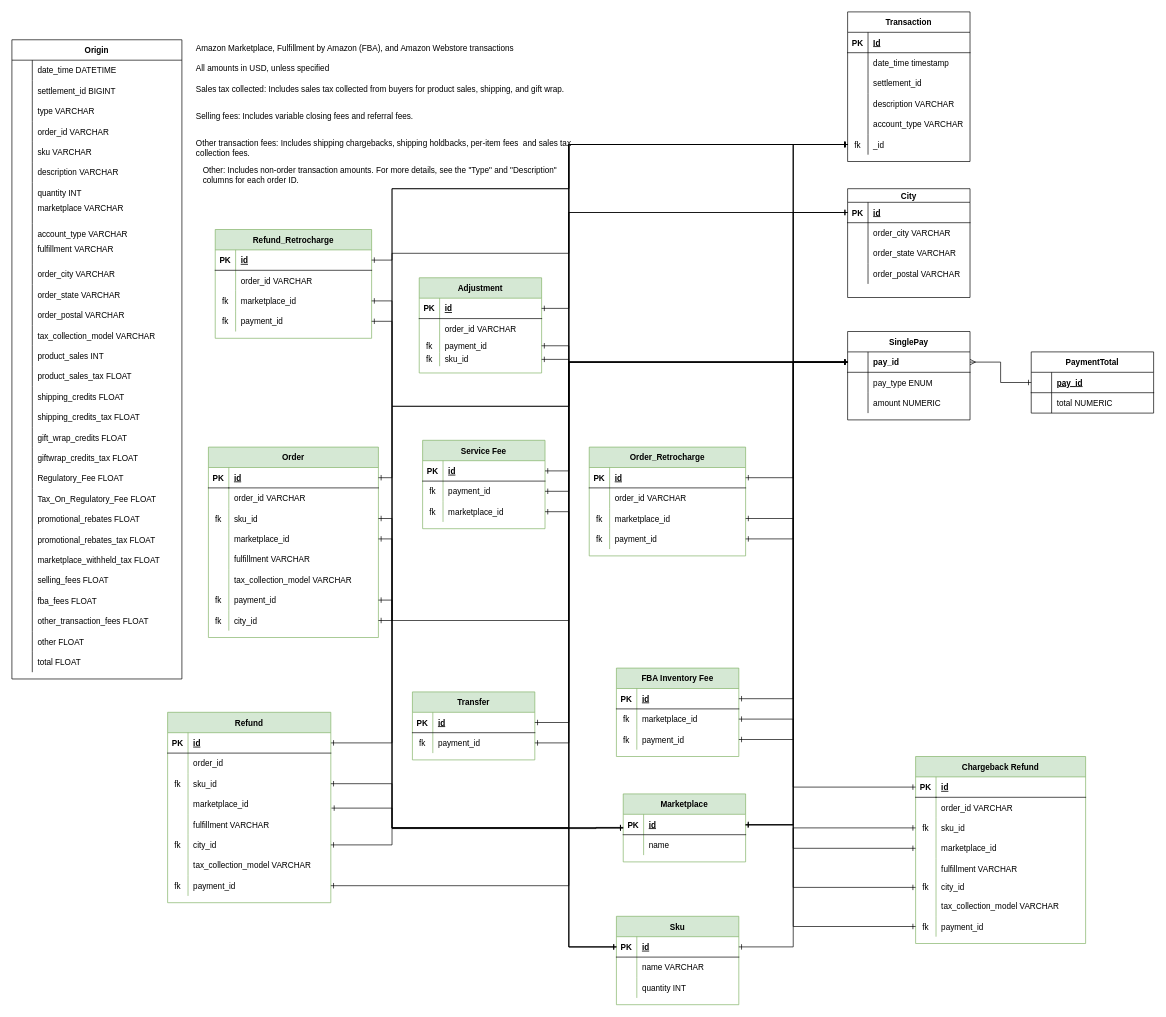
This is norm_maelys.drawio.xml from Urzhumtsev1/maelys, a draw.io file, before an edit. Source tidied: cells renumbered, new cells numbered last; positions are measured from the earlier drawing's top-left corner, leaving out a move shared by most shapes. Both pictures are drawn from the tidied source at 68%, with x=0, y=0 at pixel (12, 12).
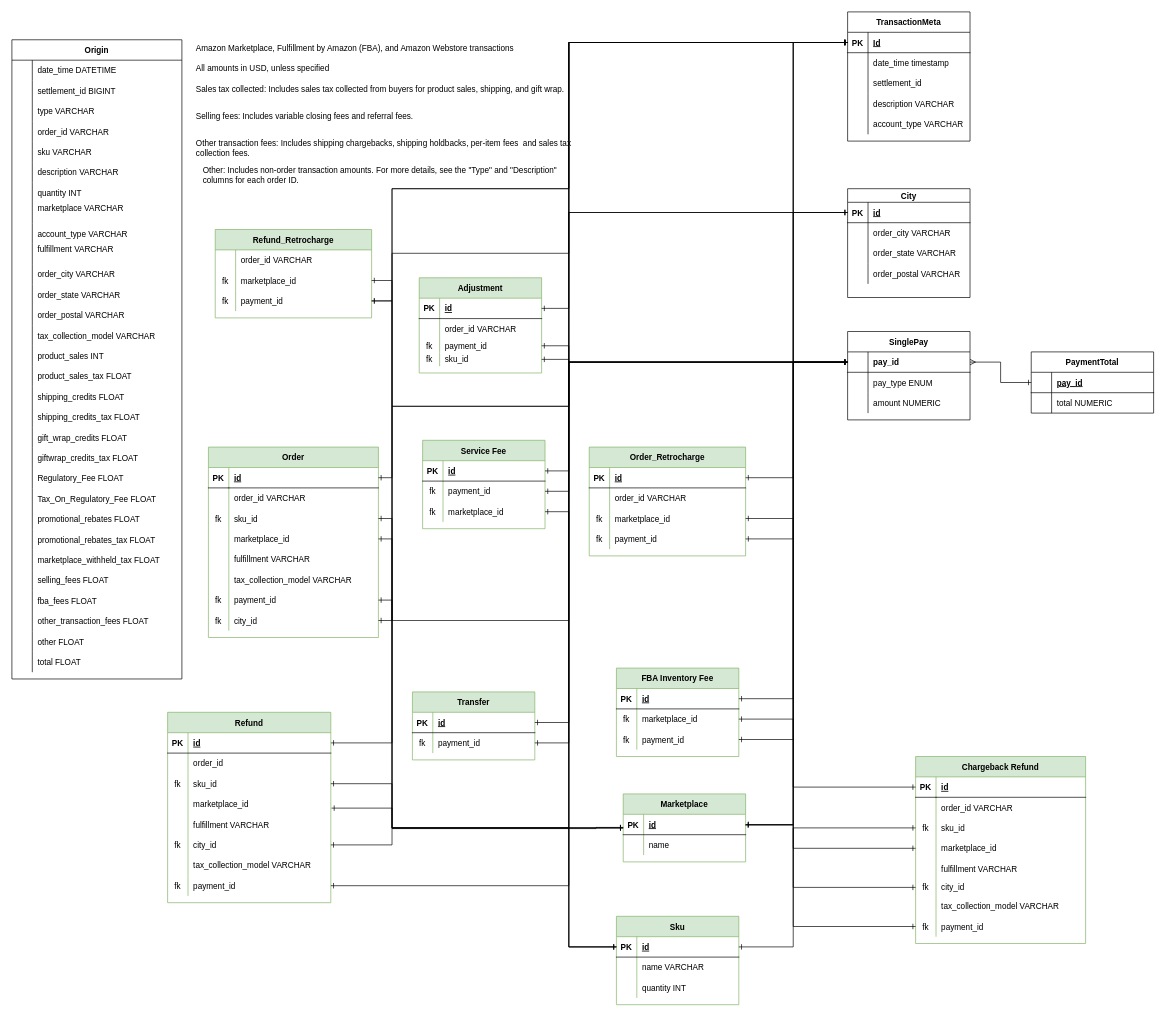
Above is the later version.

Commit message (it also covers changes not shown here):
transaction meta

The change refers to these unchanged cells:
```xml
<mxCell id="126" style="shape=tableRow;horizontal=0;startSize=0;swimlaneHead=0;swimlaneBody=0;fillColor=none;points=[[0,0.5],[1,0.5]];portConstraint=eastwest;top=0;left=0;right=0;bottom=1;" parent="125" vertex="1">
  <mxGeometry y="30" width="180" height="30" as="geometry" />
</mxCell>
<mxCell id="139" style="shape=tableRow;horizontal=0;startSize=0;swimlaneHead=0;swimlaneBody=0;fillColor=none;points=[[0,0.5],[1,0.5]];portConstraint=eastwest;top=0;left=0;right=0;bottom=1;" parent="138" vertex="1">
  <mxGeometry y="30" width="180" height="30" as="geometry" />
</mxCell>
<mxCell id="146" style="shape=tableRow;horizontal=0;startSize=0;swimlaneHead=0;swimlaneBody=0;fillColor=none;points=[[0,0.5],[1,0.5]];portConstraint=eastwest;top=0;left=0;right=0;bottom=1;" parent="145" vertex="1">
  <mxGeometry y="30" width="230" height="30" as="geometry" />
</mxCell>
<mxCell id="159" style="shape=tableRow;horizontal=0;startSize=0;swimlaneHead=0;swimlaneBody=0;fillColor=none;points=[[0,0.5],[1,0.5]];portConstraint=eastwest;top=0;left=0;right=0;bottom=1;" parent="158" vertex="1">
  <mxGeometry y="30" width="180" height="30" as="geometry" />
</mxCell>
<mxCell id="169" style="shape=tableRow;horizontal=0;startSize=0;swimlaneHead=0;swimlaneBody=0;fillColor=none;points=[[0,0.5],[1,0.5]];portConstraint=eastwest;top=0;left=0;right=0;bottom=1;" parent="168" vertex="1">
  <mxGeometry y="30" width="180" height="30" as="geometry" />
</mxCell>
<mxCell id="179" style="shape=partialRectangle;fillColor=none;points=[[0,0.5],[1,0.5]];portConstraint=eastwest;top=0;left=0;right=0;bottom=0;" parent="178" vertex="1">
  <mxGeometry y="30" width="250" height="30" as="geometry" />
</mxCell>
<mxCell id="204" style="shape=partialRectangle;fillColor=none;points=[[0,0.5],[1,0.5]];portConstraint=eastwest;top=0;left=0;right=0;bottom=0;" parent="203" vertex="1">
  <mxGeometry y="30" width="250" height="30" as="geometry" />
</mxCell>
<mxCell id="229" style="shape=tableRow;horizontal=0;startSize=0;swimlaneHead=0;swimlaneBody=0;fillColor=none;points=[[0,0.5],[1,0.5]];portConstraint=eastwest;top=0;left=0;right=0;bottom=1;strokeColor=default;" parent="228" vertex="1">
  <mxGeometry y="30" width="180" height="30" as="geometry" />
</mxCell>
<mxCell id="248" style="shape=tableRow;horizontal=0;startSize=0;swimlaneHead=0;swimlaneBody=0;fillColor=none;points=[[0,0.5],[1,0.5]];portConstraint=eastwest;top=0;left=0;right=0;bottom=1;strokeColor=default;" parent="247" vertex="1">
  <mxGeometry y="30" width="180" height="30" as="geometry" />
</mxCell>
<mxCell id="277" style="shape=tableRow;horizontal=0;startSize=0;swimlaneHead=0;swimlaneBody=0;fillColor=none;points=[[0,0.5],[1,0.5]];portConstraint=eastwest;top=0;left=0;right=0;bottom=1;strokeColor=default;" parent="276" vertex="1">
  <mxGeometry y="30" width="240" height="30" as="geometry" />
</mxCell>
```

What changed in the source:
```diff
@@
     <mxCell id="112" value="Refund_Retrocharge" style="shape=table;startSize=30;childLayout=tableLayout;rowLines=0;fontStyle=1;align=center;fillColor=#d5e8d4;strokeColor=#82b366;" parent="1" vertex="1">
-      <mxGeometry x="299" y="320" width="230" height="160" as="geometry" />
+      <mxGeometry x="299" y="320" width="230" height="130" as="geometry" />
     </mxCell>
-    <mxCell id="113" style="shape=tableRow;horizontal=0;startSize=0;swimlaneHead=0;swimlaneBody=0;fillColor=none;points=[[0,0.5],[1,0.5]];portConstraint=eastwest;top=0;left=0;right=0;bottom=1;" parent="112" vertex="1">
-      <mxGeometry y="30" width="230" height="30" as="geometry" />
-    </mxCell>
-    <mxCell id="114" value="PK" style="shape=partialRectangle;fillColor=none;top=0;left=0;bottom=0;right=0;fontStyle=1;overflow=hidden;" parent="113" vertex="1">
-      <mxGeometry width="30" height="30" as="geometry" />
-    </mxCell>
-    <mxCell id="115" value="id" style="shape=partialRectangle;fillColor=none;top=0;left=0;bottom=0;right=0;align=left;spacingLeft=6;fontStyle=5;overflow=hidden;" parent="113" vertex="1">
-      <mxGeometry x="30" width="200" height="30" as="geometry" />
-    </mxCell>
     <mxCell id="116" style="shape=tableRow;horizontal=0;startSize=0;swimlaneHead=0;swimlaneBody=0;fillColor=none;top=0;left=0;right=0;bottom=0;" parent="112" vertex="1">
-      <mxGeometry y="60" width="230" height="30" as="geometry" />
+      <mxGeometry y="30" width="230" height="30" as="geometry" />
     </mxCell>
@@
     <mxCell id="119" style="shape=tableRow;horizontal=0;startSize=0;swimlaneHead=0;swimlaneBody=0;fillColor=none;points=[[0,0.5],[1,0.5]];portConstraint=eastwest;top=0;left=0;right=0;bottom=0;" parent="112" vertex="1">
-      <mxGeometry y="90" width="230" height="30" as="geometry" />
+      <mxGeometry y="60" width="230" height="30" as="geometry" />
     </mxCell>
@@
     <mxCell id="122" style="shape=tableRow;horizontal=0;startSize=0;swimlaneHead=0;swimlaneBody=0;fillColor=none;points=[[0,0.5],[1,0.5]];portConstraint=eastwest;top=0;left=0;right=0;bottom=0;" parent="112" vertex="1">
-      <mxGeometry y="120" width="230" height="30" as="geometry" />
+      <mxGeometry y="90" width="230" height="30" as="geometry" />
     </mxCell>
@@
-    <mxCell id="247" value="Transaction" style="shape=table;startSize=30;childLayout=tableLayout;rowLines=0;fontStyle=1;align=center;strokeColor=default;" parent="1" vertex="1">
-      <mxGeometry x="1229" width="180" height="220" as="geometry" />
+    <mxCell id="247" value="TransactionMeta" style="shape=table;startSize=30;childLayout=tableLayout;rowLines=0;fontStyle=1;align=center;strokeColor=default;" parent="1" vertex="1">
+      <mxGeometry x="1229" width="180" height="190" as="geometry" />
     </mxCell>
@@
-    <mxCell id="263" style="shape=tableRow;horizontal=0;startSize=0;swimlaneHead=0;swimlaneBody=0;fillColor=none;points=[[0,0.5],[1,0.5]];portConstraint=eastwest;top=0;left=0;right=0;bottom=0;strokeColor=default;" parent="247" vertex="1">
-      <mxGeometry y="180" width="180" height="30" as="geometry" />
-    </mxCell>
-    <mxCell id="264" value="fk" style="shape=partialRectangle;fillColor=none;top=0;left=0;bottom=0;right=0;overflow=hidden;strokeColor=default;" parent="263" vertex="1">
-      <mxGeometry width="30" height="30" as="geometry" />
-    </mxCell>
-    <mxCell id="265" value="_id" style="shape=partialRectangle;fillColor=none;top=0;left=0;bottom=0;right=0;align=left;spacingLeft=6;overflow=hidden;strokeColor=default;" parent="263" vertex="1">
-      <mxGeometry x="30" width="150" height="30" as="geometry" />
-    </mxCell>
-    <mxCell id="266" style="edgeStyle=orthogonalEdgeStyle;rounded=0;jettySize=auto;html=1;strokeWidth=1;startArrow=ERone;startFill=0;endArrow=ERone;endFill=0;exitX=0;exitY=0.5;exitDx=0;exitDy=0;entryX=1;entryY=0.5;entryDx=0;entryDy=0;" parent="1" edge="1" source="263" target="277">
+    <mxCell id="266" style="edgeStyle=orthogonalEdgeStyle;rounded=0;jettySize=auto;html=1;strokeWidth=1;startArrow=ERone;startFill=0;endArrow=ERone;endFill=0;exitX=0;exitY=0.5;exitDx=0;exitDy=0;entryX=1;entryY=0.5;entryDx=0;entryDy=0;" parent="1" edge="1" source="248" target="277">
       <mxGeometry relative="1" as="geometry">
         <Array as="points">
-          <mxPoint x="819" y="195" />
+          <mxPoint x="819" y="45" />
           <mxPoint x="819" y="260" />
           <mxPoint x="559" y="260" />
           <mxPoint x="559" y="1075" />
         </Array>
       </mxGeometry>
     </mxCell>
-    <mxCell id="267" style="edgeStyle=orthogonalEdgeStyle;rounded=0;jettySize=auto;html=1;strokeWidth=1;startArrow=ERone;startFill=0;endArrow=ERone;endFill=0;entryX=1;entryY=0.5;entryDx=0;entryDy=0;exitX=0;exitY=0.5;exitDx=0;exitDy=0;" parent="1" edge="1" source="263" target="113">
+    <mxCell id="267" style="edgeStyle=orthogonalEdgeStyle;rounded=0;jettySize=auto;html=1;strokeWidth=1;startArrow=ERone;startFill=0;endArrow=ERone;endFill=0;entryX=1;entryY=0.5;entryDx=0;entryDy=0;exitX=0;exitY=0.5;exitDx=0;exitDy=0;" parent="1" edge="1" source="248" target="122">
       <mxGeometry relative="1" as="geometry">
         <Array as="points">
-          <mxPoint x="819" y="195" />
+          <mxPoint x="819" y="45" />
           <mxPoint x="819" y="260" />
           <mxPoint x="559" y="260" />
-          <mxPoint x="559" y="365" />
+          <mxPoint x="559" y="425" />
         </Array>
       </mxGeometry>
     </mxCell>
-    <mxCell id="268" style="edgeStyle=orthogonalEdgeStyle;rounded=0;jettySize=auto;html=1;exitX=1;exitY=0.5;exitDx=0;exitDy=0;entryX=0;entryY=0.5;entryDx=0;entryDy=0;strokeWidth=1;startArrow=ERone;startFill=0;endArrow=ERone;endFill=0;" parent="1" edge="1" source="126" target="263">
+    <mxCell id="268" style="edgeStyle=orthogonalEdgeStyle;rounded=0;jettySize=auto;html=1;exitX=1;exitY=0.5;exitDx=0;exitDy=0;entryX=0;entryY=0.5;entryDx=0;entryDy=0;strokeWidth=1;startArrow=ERone;startFill=0;endArrow=ERone;endFill=0;" parent="1" edge="1" source="126" target="248">
       <mxGeometry relative="1" as="geometry">
         <Array as="points">
           <mxPoint x="819" y="436" />
-          <mxPoint x="819" y="195" />
+          <mxPoint x="819" y="45" />
         </Array>
       </mxGeometry>
     </mxCell>
     <mxCell id="269" style="edgeStyle=orthogonalEdgeStyle;rounded=0;jettySize=auto;html=1;exitX=1;exitY=0.5;exitDx=0;exitDy=0;strokeWidth=1;startArrow=ERone;startFill=0;endArrow=ERone;endFill=0;entryX=0;entryY=0.5;entryDx=0;entryDy=0;" parent="1" edge="1" source="122" target="229">
       <mxGeometry relative="1" as="geometry">
         <Array as="points">
-          <mxPoint x="559" y="455" />
+          <mxPoint x="559" y="425" />
           <mxPoint x="559" y="580" />
           <mxPoint x="819" y="580" />
           <mxPoint x="819" y="515" />
         </Array>
       </mxGeometry>
     </mxCell>
@@
-    <mxCell id="274" style="edgeStyle=orthogonalEdgeStyle;rounded=0;jettySize=auto;html=1;exitX=1;exitY=0.5;exitDx=0;exitDy=0;entryX=0;entryY=0.5;entryDx=0;entryDy=0;strokeWidth=1;startArrow=ERone;startFill=0;endArrow=ERone;endFill=0;" parent="1" edge="1" source="159" target="263">
+    <mxCell id="274" style="edgeStyle=orthogonalEdgeStyle;rounded=0;jettySize=auto;html=1;exitX=1;exitY=0.5;exitDx=0;exitDy=0;entryX=0;entryY=0.5;entryDx=0;entryDy=0;strokeWidth=1;startArrow=ERone;startFill=0;endArrow=ERone;endFill=0;" parent="1" edge="1" source="159" target="248">
       <mxGeometry relative="1" as="geometry">
         <Array as="points">
           <mxPoint x="819" y="675" />
-          <mxPoint x="819" y="195" />
+          <mxPoint x="819" y="45" />
         </Array>
       </mxGeometry>
     </mxCell>
-    <mxCell id="275" style="edgeStyle=orthogonalEdgeStyle;rounded=0;jettySize=auto;html=1;strokeWidth=1;startArrow=ERone;startFill=0;endArrow=ERone;endFill=0;exitX=1;exitY=0.5;exitDx=0;exitDy=0;" parent="1" edge="1" source="179" target="263">
+    <mxCell id="275" style="edgeStyle=orthogonalEdgeStyle;rounded=0;jettySize=auto;html=1;strokeWidth=1;startArrow=ERone;startFill=0;endArrow=ERone;endFill=0;exitX=1;exitY=0.5;exitDx=0;exitDy=0;entryX=0;entryY=0.5;entryDx=0;entryDy=0;" parent="1" edge="1" source="179" target="248">
       <mxGeometry relative="1" as="geometry">
         <Array as="points">
           <mxPoint x="559" y="685" />
           <mxPoint x="559" y="580" />
           <mxPoint x="819" y="580" />
-          <mxPoint x="819" y="195" />
+          <mxPoint x="819" y="45" />
         </Array>
       </mxGeometry>
     </mxCell>
@@
-    <mxCell id="301" style="edgeStyle=orthogonalEdgeStyle;rounded=0;jettySize=auto;html=1;strokeWidth=1;startArrow=ERone;startFill=0;endArrow=ERone;endFill=0;exitX=1;exitY=0.5;exitDx=0;exitDy=0;entryX=0;entryY=0.5;entryDx=0;entryDy=0;" parent="1" edge="1" source="146" target="263">
+    <mxCell id="301" style="edgeStyle=orthogonalEdgeStyle;rounded=0;jettySize=auto;html=1;strokeWidth=1;startArrow=ERone;startFill=0;endArrow=ERone;endFill=0;exitX=1;exitY=0.5;exitDx=0;exitDy=0;entryX=0;entryY=0.5;entryDx=0;entryDy=0;" parent="1" edge="1" source="146" target="248">
       <mxGeometry relative="1" as="geometry">
         <Array as="points">
           <mxPoint x="1149" y="685" />
-          <mxPoint x="1149" y="195" />
+          <mxPoint x="1149" y="45" />
         </Array>
       </mxGeometry>
     </mxCell>
@@
-    <mxCell id="305" style="edgeStyle=orthogonalEdgeStyle;rounded=0;jettySize=auto;html=1;exitX=1;exitY=0.5;exitDx=0;exitDy=0;strokeWidth=1;startArrow=ERone;startFill=0;endArrow=ERone;endFill=0;" parent="1" edge="1" source="139" target="263">
+    <mxCell id="305" style="edgeStyle=orthogonalEdgeStyle;rounded=0;jettySize=auto;html=1;exitX=1;exitY=0.5;exitDx=0;exitDy=0;strokeWidth=1;startArrow=ERone;startFill=0;endArrow=ERone;endFill=0;entryX=0;entryY=0.5;entryDx=0;entryDy=0;" parent="1" edge="1" source="139" target="248">
       <mxGeometry relative="1" as="geometry">
         <Array as="points">
           <mxPoint x="819" y="1045" />
-          <mxPoint x="819" y="195" />
+          <mxPoint x="819" y="45" />
         </Array>
       </mxGeometry>
     </mxCell>
@@
-    <mxCell id="307" style="edgeStyle=orthogonalEdgeStyle;rounded=0;jettySize=auto;html=1;exitX=1;exitY=0.5;exitDx=0;exitDy=0;strokeWidth=1;startArrow=ERone;startFill=0;endArrow=ERone;endFill=0;entryX=0;entryY=0.5;entryDx=0;entryDy=0;" parent="1" edge="1" source="169" target="263">
+    <mxCell id="307" style="edgeStyle=orthogonalEdgeStyle;rounded=0;jettySize=auto;html=1;exitX=1;exitY=0.5;exitDx=0;exitDy=0;strokeWidth=1;startArrow=ERone;startFill=0;endArrow=ERone;endFill=0;entryX=0;entryY=0.5;entryDx=0;entryDy=0;" parent="1" edge="1" source="169" target="248">
       <mxGeometry relative="1" as="geometry" />
     </mxCell>
-    <mxCell id="308" style="edgeStyle=orthogonalEdgeStyle;rounded=0;jettySize=auto;html=1;exitX=0;exitY=0.5;exitDx=0;exitDy=0;strokeWidth=1;startArrow=ERone;startFill=0;endArrow=ERone;endFill=0;entryX=0;entryY=0.5;entryDx=0;entryDy=0;" parent="1" edge="1" source="204" target="263">
+    <mxCell id="308" style="edgeStyle=orthogonalEdgeStyle;rounded=0;jettySize=auto;html=1;exitX=0;exitY=0.5;exitDx=0;exitDy=0;strokeWidth=1;startArrow=ERone;startFill=0;endArrow=ERone;endFill=0;entryX=0;entryY=0.5;entryDx=0;entryDy=0;" parent="1" edge="1" source="204" target="248">
       <mxGeometry relative="1" as="geometry">
         <Array as="points">
           <mxPoint x="1149" y="1140" />
-          <mxPoint x="1149" y="195" />
+          <mxPoint x="1149" y="45" />
         </Array>
       </mxGeometry>
     </mxCell>
@@
     <mxCell id="324" style="edgeStyle=orthogonalEdgeStyle;rounded=0;jettySize=auto;html=1;strokeWidth=1;startArrow=ERone;startFill=0;endArrow=ERone;endFill=0;exitX=1;exitY=0.5;exitDx=0;exitDy=0;" parent="1" edge="1" source="119">
       <mxGeometry relative="1" as="geometry">
         <mxPoint x="899" y="1200" as="targetPoint" />
         <Array as="points">
-          <mxPoint x="559" y="425" />
+          <mxPoint x="559" y="395" />
           <mxPoint x="559" y="1200" />
         </Array>
       </mxGeometry>
     </mxCell>
```
